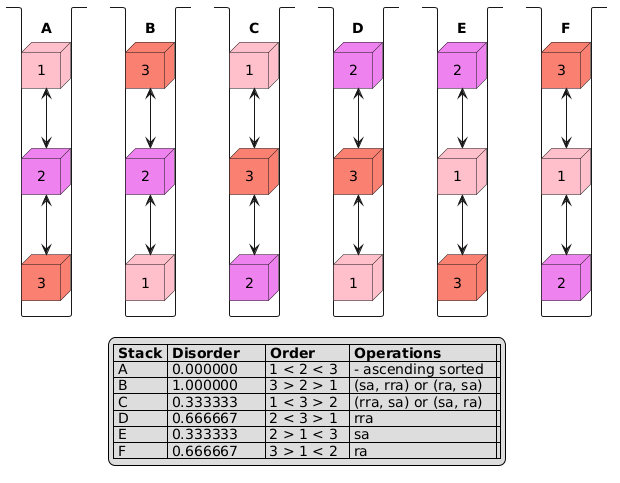
This is Alg3.png from martinaradkovicova-lgtm/ft_push_swap, a PlantUML export, as it was before one commit. Source of this version:
```plantuml
@startuml
legend
    |= Stack |= Disorder|= Order       |= Operations        |
    | A | 0.000000      | 1 < 2 < 3 | - ascending sorted |
    | B | 1.000000      | 3 > 2 > 1 | (sa, rra) or (ra, sa)   |
    | C | 0.333333      | 1 < 3 > 2 | (rra, sa) or (sa, ra)   |
    | D | 0.666667      | 2 < 3 > 1 | rra                | |
    | E | 0.333333      | 2 > 1 < 3 | sa                 |
    | F | 0.666667      | 3 > 1 < 2 | ra                 |
endlegend

stack A {
node "1" as a1 #pink
node "2" as a2 #Violet
node "3" as a3 #salmon
a1 <--> a2
a2 <--> a3
}

stack B {
node "3" as b1 #salmon
node "2" as b2 #Violet
node "1" as b3 #pink
b1 <--> b2
b2 <--> b3
}

stack C {
node "1" as c1 #pink
node "3" as c2 #salmon
node "2" as c3 #Violet
c1 <--> c2
c2 <--> c3
}

stack D {
node "2" as d1 #Violet
node "3" as d2 #salmon
node "1" as d3 #pink
d1 <--> d2
d2 <--> d3
}

stack E {
node "2" as e1 #Violet
node "1" as e2 #pink
node "3" as e3 #salmon
e1 <--> e2
e2 <--> e3
}

stack F {
node "3" as f1 #salmon
node "1" as f2 #pink
node "2" as f3 #Violet
f1 <--> f2
f2 <--> f3
}
@enduml
```
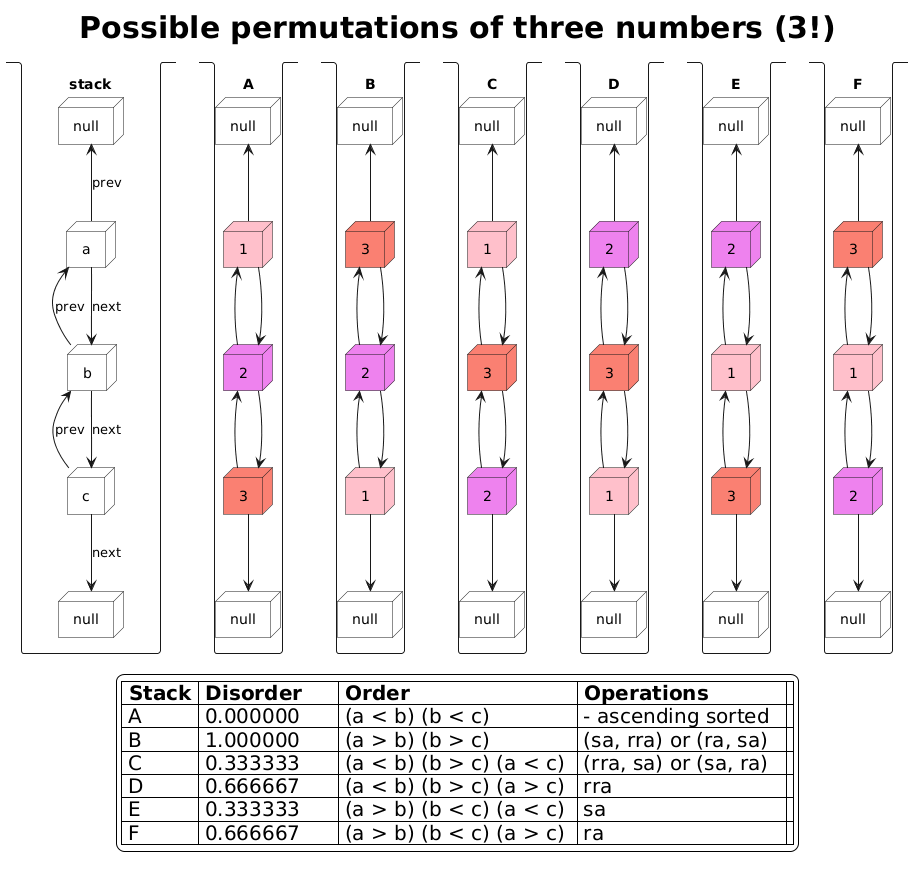
The same diagram one commit later.

Diff of the diagram source:
```diff
@@ -1,59 +1,120 @@
 @startuml
+skinparam {
+    legend {
+        FontSize 20
+        BackgroundColor SnowWhite
+    }
+    title {
+    FontSize 30
+    }
+}
+title Possible permutations of three numbers (3!)
 legend
     |= Stack |= Disorder|= Order       |= Operations        |
-    | A | 0.000000      | 1 < 2 < 3 | - ascending sorted |
-    | B | 1.000000      | 3 > 2 > 1 | (sa, rra) or (ra, sa)   |
-    | C | 0.333333      | 1 < 3 > 2 | (rra, sa) or (sa, ra)   |
-    | D | 0.666667      | 2 < 3 > 1 | rra                | |
-    | E | 0.333333      | 2 > 1 < 3 | sa                 |
-    | F | 0.666667      | 3 > 1 < 2 | ra                 |
+    | A | 0.000000      | (a < b) (b < c) | - ascending sorted |
+    | B | 1.000000      | (a > b) (b > c) | (sa, rra) or (ra, sa)   |
+    | C | 0.333333      | (a < b) (b > c) (a < c) | (rra, sa) or (sa, ra)   |
+    | D | 0.666667      | (a < b) (b > c) (a > c) | rra                | |
+    | E | 0.333333      | (a > b) (b < c) (a < c) | sa                 |
+    | F | 0.666667      | (a > b) (b < c) (a > c)  | ra                 |
 endlegend
 
+stack stack {
+node null as n1_null #white
+node a as a #white
+node b as b #white
+node c as c #white
+node null as n3_null #white
+n1_null <-- a : prev
+a <-- b : prev
+a --> b : next
+b <-- c : prev
+b --> c : next
+c --> n3_null : next
+}
+
+
 stack A {
+node null as a1_null #white
 node "1" as a1 #pink
 node "2" as a2 #Violet
 node "3" as a3 #salmon
-a1 <--> a2
-a2 <--> a3
+node null as a3_null #white
+a1_null <-- a1
+a1 <-- a2
+a1 --> a2
+a2 <-- a3
+a2 --> a3
+a3 --> a3_null
 }
 
 stack B {
+node null as b1_null #white
 node "3" as b1 #salmon
 node "2" as b2 #Violet
 node "1" as b3 #pink
-b1 <--> b2
-b2 <--> b3
+node null as b3_null #white
+b1_null <-- b1
+b1 <-- b2
+b1 --> b2
+b2 <-- b3
+b2 --> b3
+b3 --> b3_null
 }
 
 stack C {
+node null as c1_null #white
 node "1" as c1 #pink
 node "3" as c2 #salmon
 node "2" as c3 #Violet
-c1 <--> c2
-c2 <--> c3
+node null as c3_null #white
+c1_null <-- c1
+c1 <-- c2
+c1 --> c2
+c2 <-- c3
+c2 --> c3
+c3 --> c3_null
 }
 
 stack D {
+node null as d1_null #white
 node "2" as d1 #Violet
 node "3" as d2 #salmon
 node "1" as d3 #pink
-d1 <--> d2
-d2 <--> d3
+node null as d3_null #white
+d1_null <-- d1
+d1 <-- d2
+d1 --> d2
+d2 <-- d3
+d2 --> d3
+d3 --> d3_null
 }
 
 stack E {
+node null as e1_null #white
 node "2" as e1 #Violet
 node "1" as e2 #pink
 node "3" as e3 #salmon
-e1 <--> e2
-e2 <--> e3
+node null as e3_null #white
+e1_null <-- e1
+e1 <-- e2
+e1 --> e2
+e2 <-- e3
+e2 --> e3
+e3 --> e3_null
 }
 
 stack F {
+node null as f1_null #white
 node "3" as f1 #salmon
 node "1" as f2 #pink
 node "2" as f3 #Violet
-f1 <--> f2
-f2 <--> f3
+node null as f3_null #white
+f1_null <-- f1
+f1 <-- f2
+f1 --> f2
+f2 <-- f3
+f2 --> f3
+f3 --> f3_null
 }
 @enduml
```
